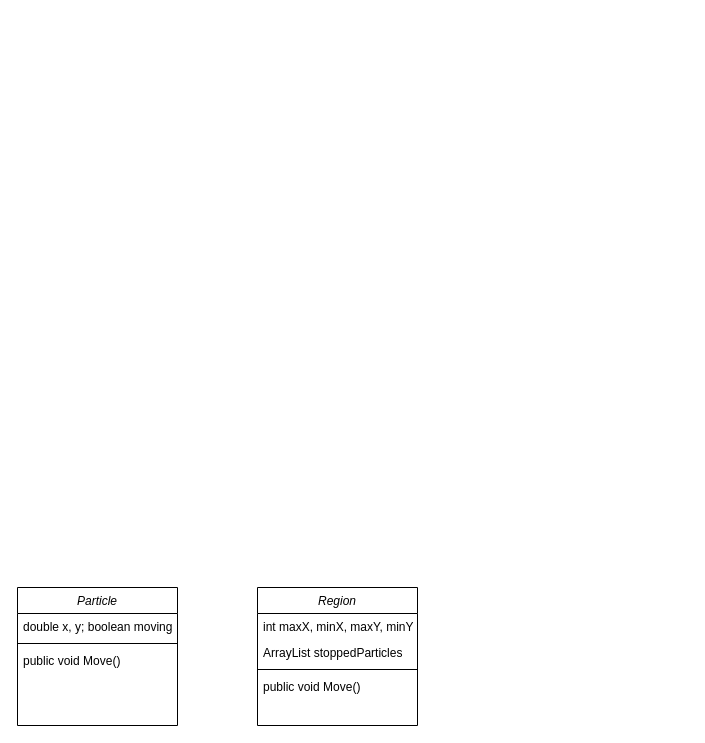
Before: ProjectDD1385.drawio in Johtli/Hello-world, a draw.io diagram. Source tidied: cells renumbered, new cells numbered last; positions are measured from the earlier drawing's top-left corner, leaving out a move shared by most shapes. Both pictures are drawn from the tidied source at 100%, with x=0, y=0 at pixel (17, 587).
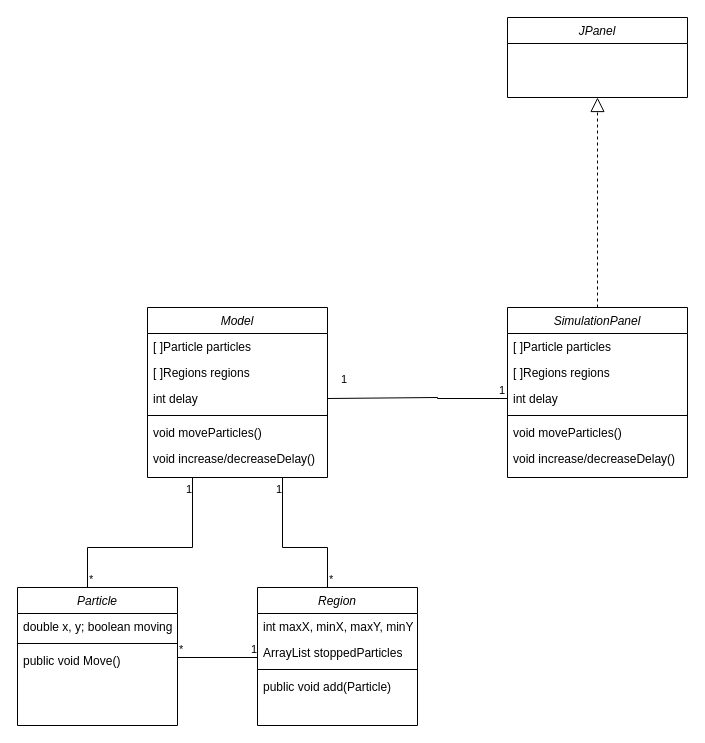
The same diagram, later.

Unchanged cells that the change refers to:
```xml
<mxCell id="2" value="Particle&#10;" style="swimlane;fontStyle=2;align=center;verticalAlign=top;horizontal=1;startSize=26;rounded=0;shadow=0;strokeWidth=1;" parent="1" vertex="1">
  <mxGeometry width="160" height="138" as="geometry" />
</mxCell>
<mxCell id="6" value="Region" style="swimlane;fontStyle=2;align=center;verticalAlign=top;horizontal=1;startSize=26;rounded=0;shadow=0;strokeWidth=1;" parent="1" vertex="1">
  <mxGeometry x="240" width="160" height="138" as="geometry" />
</mxCell>
```

The edit, as a diff of the source:
```diff
@@
+    <mxCell id="11" style="endArrow=none;html=1;edgeStyle=orthogonalEdgeStyle;rounded=0;entryX=0.25;entryY=1;entryDx=0;entryDy=0;" parent="2" edge="1" target="17">
+      <mxGeometry relative="1" as="geometry">
+        <mxPoint x="70" as="sourcePoint" />
+        <Array as="points">
+          <mxPoint x="70" y="-40" />
+          <mxPoint x="175" y="-40" />
+        </Array>
+      </mxGeometry>
+    </mxCell>
+    <mxCell id="12" value="*" style="edgeLabel;html=1;align=left;verticalAlign=bottom;" parent="11" vertex="1">
+      <mxGeometry x="-1" relative="1" as="geometry" />
+    </mxCell>
+    <mxCell id="13" value="1" style="edgeLabel;html=1;align=right;verticalAlign=bottom;" parent="11" vertex="1">
+      <mxGeometry x="1" relative="1" as="geometry">
+        <mxPoint y="20" as="offset" />
+      </mxGeometry>
+    </mxCell>
@@
-    <mxCell id="10" value="public void Move()" style="text;align=left;verticalAlign=top;spacingLeft=4;spacingRight=4;overflow=hidden;" parent="6" vertex="1">
+    <mxCell id="10" value="public void add(Particle)" style="text;align=left;verticalAlign=top;spacingLeft=4;spacingRight=4;overflow=hidden;" parent="6" vertex="1">
       <mxGeometry y="86" width="160" height="26" as="geometry" />
     </mxCell>
+    <mxCell id="14" style="endArrow=none;html=1;edgeStyle=orthogonalEdgeStyle;rounded=0;" parent="1" edge="1">
+      <mxGeometry relative="1" as="geometry">
+        <mxPoint x="160" y="70" as="sourcePoint" />
+        <mxPoint x="240" y="70" as="targetPoint" />
+      </mxGeometry>
+    </mxCell>
+    <mxCell id="15" value="* " style="edgeLabel;html=1;align=left;verticalAlign=bottom;" parent="14" vertex="1">
+      <mxGeometry x="-1" relative="1" as="geometry" />
+    </mxCell>
+    <mxCell id="16" value="1" style="edgeLabel;html=1;align=right;verticalAlign=bottom;" parent="14" vertex="1">
+      <mxGeometry x="1" relative="1" as="geometry" />
+    </mxCell>
+    <mxCell id="17" value="Model&#10;" style="swimlane;fontStyle=2;align=center;verticalAlign=top;horizontal=1;startSize=26;rounded=0;shadow=0;strokeWidth=1;" parent="1" vertex="1">
+      <mxGeometry x="130" y="-280" width="180" height="170" as="geometry" />
+    </mxCell>
+    <mxCell id="18" value="[ ]Particle particles" style="text;align=left;verticalAlign=top;spacingLeft=4;spacingRight=4;overflow=hidden;" parent="17" vertex="1">
+      <mxGeometry y="26" width="180" height="26" as="geometry" />
+    </mxCell>
+    <mxCell id="19" value="[ ]Regions regions&#10;" style="text;align=left;verticalAlign=top;spacingLeft=4;spacingRight=4;overflow=hidden;rounded=0;shadow=0;html=0;" parent="17" vertex="1">
+      <mxGeometry y="52" width="180" height="26" as="geometry" />
+    </mxCell>
+    <mxCell id="20" value="int delay" style="text;align=left;verticalAlign=top;spacingLeft=4;spacingRight=4;overflow=hidden;points=[[0,0.5],[1,0.5]];portConstraint=eastwest;rounded=0;shadow=0;html=0;" parent="17" vertex="1">
+      <mxGeometry y="78" width="180" height="26" as="geometry" />
+    </mxCell>
+    <mxCell id="21" style="line;html=1;strokeWidth=1;align=left;verticalAlign=middle;spacingTop=-1;spacingLeft=3;spacingRight=3;labelPosition=right;" parent="17" vertex="1">
+      <mxGeometry y="104" width="180" height="8" as="geometry" />
+    </mxCell>
+    <mxCell id="22" value="void moveParticles()" style="text;align=left;verticalAlign=top;spacingLeft=4;spacingRight=4;overflow=hidden;" parent="17" vertex="1">
+      <mxGeometry y="112" width="180" height="26" as="geometry" />
+    </mxCell>
+    <mxCell id="23" value="void increase/decreaseDelay()" style="text;align=left;verticalAlign=top;spacingLeft=4;spacingRight=4;overflow=hidden;" parent="17" vertex="1">
+      <mxGeometry y="138" width="180" height="26" as="geometry" />
+    </mxCell>
+    <mxCell id="24" style="endArrow=none;html=1;edgeStyle=orthogonalEdgeStyle;rounded=0;entryX=0.75;entryY=1;entryDx=0;entryDy=0;" parent="1" edge="1" target="17">
+      <mxGeometry relative="1" as="geometry">
+        <mxPoint x="310" as="sourcePoint" />
+        <Array as="points">
+          <mxPoint x="310" y="-40" />
+          <mxPoint x="265" y="-40" />
+        </Array>
+      </mxGeometry>
+    </mxCell>
+    <mxCell id="25" value="*" style="edgeLabel;html=1;align=left;verticalAlign=bottom;" parent="24" vertex="1">
+      <mxGeometry x="-1" relative="1" as="geometry" />
+    </mxCell>
+    <mxCell id="26" value="1" style="edgeLabel;html=1;align=right;verticalAlign=bottom;" parent="24" vertex="1">
+      <mxGeometry x="1" relative="1" as="geometry">
+        <mxPoint y="20" as="offset" />
+      </mxGeometry>
+    </mxCell>
+    <mxCell id="27" value="SimulationPanel&#10;" style="swimlane;fontStyle=2;align=center;verticalAlign=top;horizontal=1;startSize=26;rounded=0;shadow=0;strokeWidth=1;" parent="1" vertex="1">
+      <mxGeometry x="490" y="-280" width="180" height="170" as="geometry" />
+    </mxCell>
+    <mxCell id="28" value="[ ]Particle particles" style="text;align=left;verticalAlign=top;spacingLeft=4;spacingRight=4;overflow=hidden;" parent="27" vertex="1">
+      <mxGeometry y="26" width="180" height="26" as="geometry" />
+    </mxCell>
+    <mxCell id="29" value="[ ]Regions regions&#10;" style="text;align=left;verticalAlign=top;spacingLeft=4;spacingRight=4;overflow=hidden;rounded=0;shadow=0;html=0;" parent="27" vertex="1">
+      <mxGeometry y="52" width="180" height="26" as="geometry" />
+    </mxCell>
+    <mxCell id="30" value="int delay" style="text;align=left;verticalAlign=top;spacingLeft=4;spacingRight=4;overflow=hidden;points=[[0,0.5],[1,0.5]];portConstraint=eastwest;rounded=0;shadow=0;html=0;" parent="27" vertex="1">
+      <mxGeometry y="78" width="180" height="26" as="geometry" />
+    </mxCell>
+    <mxCell id="31" style="line;html=1;strokeWidth=1;align=left;verticalAlign=middle;spacingTop=-1;spacingLeft=3;spacingRight=3;labelPosition=right;" parent="27" vertex="1">
+      <mxGeometry y="104" width="180" height="8" as="geometry" />
+    </mxCell>
+    <mxCell id="32" value="void moveParticles()" style="text;align=left;verticalAlign=top;spacingLeft=4;spacingRight=4;overflow=hidden;" parent="27" vertex="1">
+      <mxGeometry y="112" width="180" height="26" as="geometry" />
+    </mxCell>
+    <mxCell id="33" value="void increase/decreaseDelay()" style="text;align=left;verticalAlign=top;spacingLeft=4;spacingRight=4;overflow=hidden;" parent="27" vertex="1">
+      <mxGeometry y="138" width="180" height="26" as="geometry" />
+    </mxCell>
+    <mxCell id="34" value="JPanel&#10;" style="swimlane;fontStyle=2;align=center;verticalAlign=top;horizontal=1;startSize=26;rounded=0;shadow=0;strokeWidth=1;" parent="1" vertex="1">
+      <mxGeometry x="490" y="-570" width="180" height="80" as="geometry" />
+    </mxCell>
+    <mxCell id="35" style="endArrow=block;dashed=1;endFill=0;endSize=12;html=1;rounded=0;entryX=0.5;entryY=1;entryDx=0;entryDy=0;exitX=0.5;exitY=0;exitDx=0;exitDy=0;" parent="1" edge="1" source="27" target="34">
+      <mxGeometry relative="1" as="geometry" />
+    </mxCell>
+    <mxCell id="36" style="endArrow=none;html=1;edgeStyle=orthogonalEdgeStyle;rounded=0;entryX=1;entryY=0.5;entryDx=0;entryDy=0;exitX=0;exitY=0.5;exitDx=0;exitDy=0;" parent="1" edge="1" source="30" target="20">
+      <mxGeometry relative="1" as="geometry">
+        <Array as="points">
+          <mxPoint x="420" y="-189" />
+          <mxPoint x="420" y="-190" />
+        </Array>
+      </mxGeometry>
+    </mxCell>
+    <mxCell id="37" value="1" style="edgeLabel;html=1;align=left;verticalAlign=bottom;" parent="36" vertex="1">
+      <mxGeometry x="-1" relative="1" as="geometry">
+        <mxPoint x="-10" as="offset" />
+      </mxGeometry>
+    </mxCell>
+    <mxCell id="38" value="1" style="edgeLabel;html=1;align=right;verticalAlign=bottom;" parent="36" vertex="1">
+      <mxGeometry x="1" relative="1" as="geometry">
+        <mxPoint x="20" y="-11" as="offset" />
+      </mxGeometry>
+    </mxCell>
```
